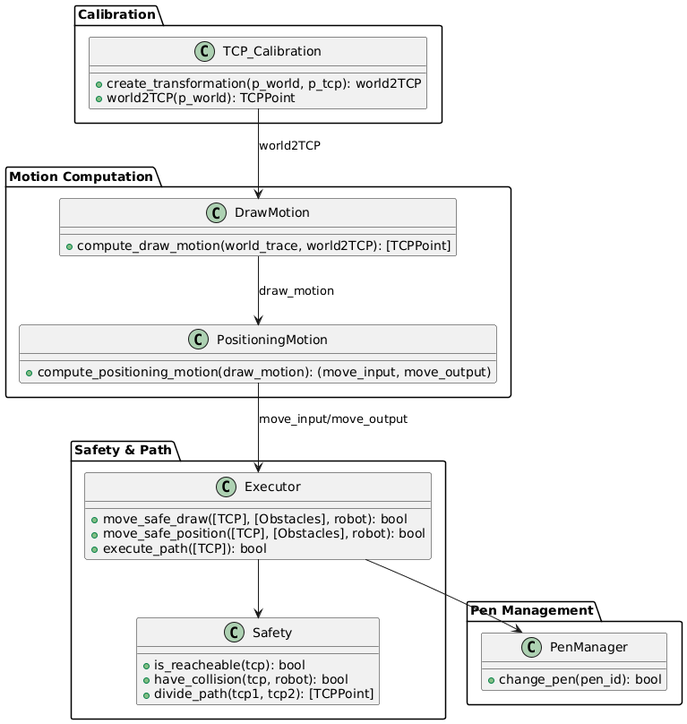
Toys-R-Us-Rex/ur3e-control keeps this PlantUML diagram as docs/uml_drawt/robot_func.png. Above is the earlier version.
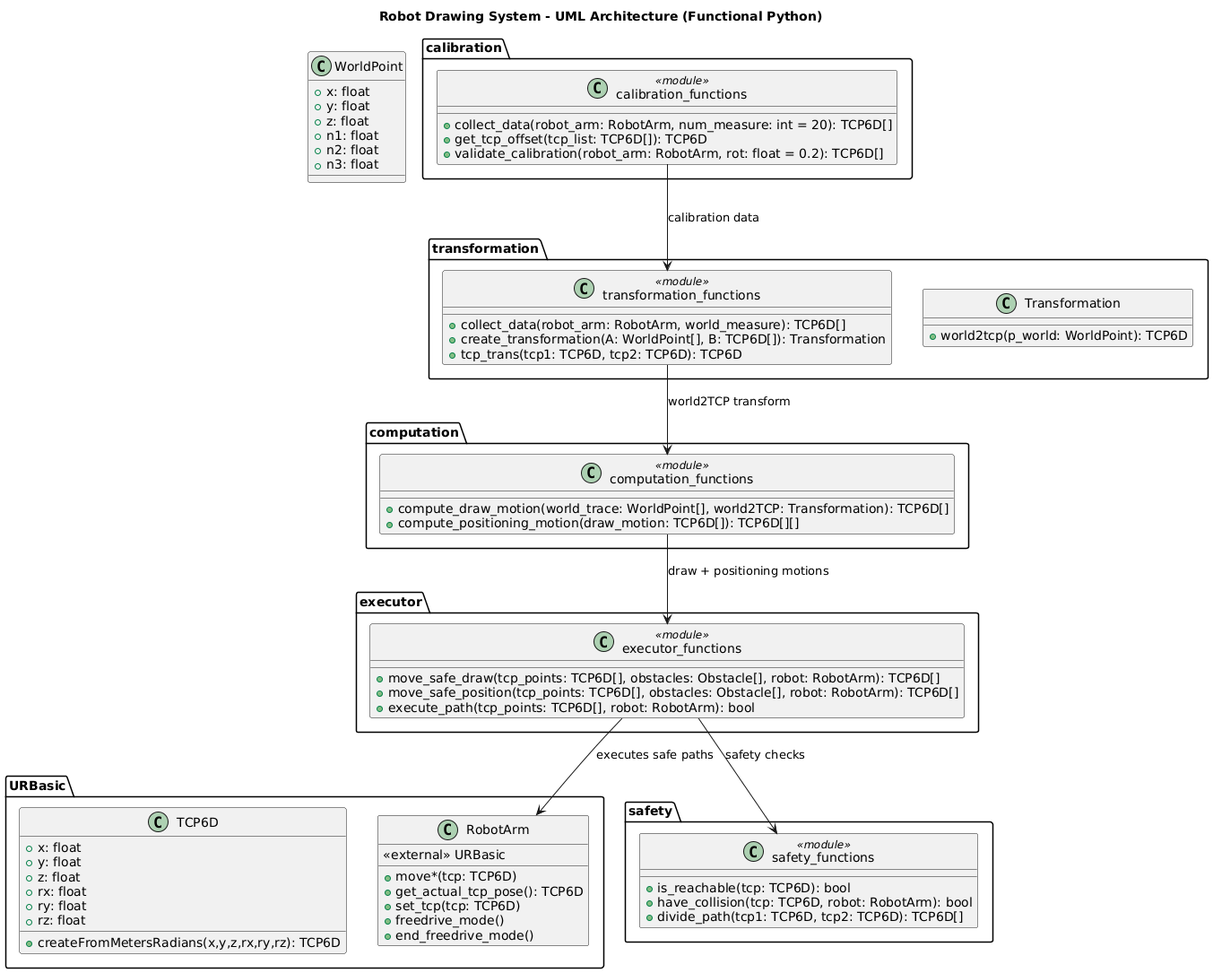
The same diagram one commit later.

Commit message:
doc: update uml robot function

What changed in the source:
```diff
@@ -1,47 +1,84 @@
 @startuml
+title Robot Drawing System - UML Architecture (Functional Python)
 
-package "Calibration" {
-    class TCP_Calibration {
-        +create_transformation(p_world, p_tcp): world2TCP
-        +world2TCP(p_world): TCPPoint
+
+class WorldPoint {
+    +x: float
+    +y: float
+    +z: float
+    +n1: float
+    +n2: float
+    +n3: float
+}
+
+package URBasic {
+class TCP6D {
+    +x: float
+    +y: float
+    +z: float
+    +rx: float
+    +ry: float
+    +rz: float
+    +createFromMetersRadians(x,y,z,rx,ry,rz): TCP6D
+}
+
+class RobotArm {
+    <<external>> URBasic
+    +move*(tcp: TCP6D)
+    +get_actual_tcp_pose(): TCP6D
+    +set_tcp(tcp: TCP6D)
+    +freedrive_mode()
+    +end_freedrive_mode()
+}
+}
+
+package calibration {
+    class calibration_functions <<module>> {
+        +collect_data(robot_arm: RobotArm, num_measure: int = 20): TCP6D[]
+        +get_tcp_offset(tcp_list: TCP6D[]): TCP6D
+        +validate_calibration(robot_arm: RobotArm, rot: float = 0.2): TCP6D[]
     }
 }
 
-package "Motion Computation" {
-    class DrawMotion {
-        +compute_draw_motion(world_trace, world2TCP): [TCPPoint]
+package transformation {
+    class transformation_functions <<module>> {
+        +collect_data(robot_arm: RobotArm, world_measure): TCP6D[]
+        +create_transformation(A: WorldPoint[], B: TCP6D[]): Transformation
+        +tcp_trans(tcp1: TCP6D, tcp2: TCP6D): TCP6D
     }
 
-    class PositioningMotion {
-        +compute_positioning_motion(draw_motion): (move_input, move_output)
+    class Transformation {
+        +world2tcp(p_world: WorldPoint): TCP6D
     }
 }
 
-package "Safety & Path" {
-    class Safety {
-        +is_reacheable(tcp): bool
-        +have_collision(tcp, robot): bool
-        +divide_path(tcp1, tcp2): [TCPPoint]
-    }
-
-    class Executor {
-        +move_safe_draw([TCP], [Obstacles], robot): bool
-        +move_safe_position([TCP], [Obstacles], robot): bool
-        +execute_path([TCP]): bool
+package computation {
+    class computation_functions <<module>> {
+        +compute_draw_motion(world_trace: WorldPoint[], world2TCP: Transformation): TCP6D[]
+        +compute_positioning_motion(draw_motion: TCP6D[]): TCP6D[][]
     }
 }
 
-package "Pen Management" {
-    class PenManager {
-        +change_pen(pen_id): bool
+package safety {
+    class safety_functions <<module>> {
+        +is_reachable(tcp: TCP6D): bool
+        +have_collision(tcp: TCP6D, robot: RobotArm): bool
+        +divide_path(tcp1: TCP6D, tcp2: TCP6D): TCP6D[]
+    }
+}
+
+package executor {
+    class executor_functions <<module>> {
+        +move_safe_draw(tcp_points: TCP6D[], obstacles: Obstacle[], robot: RobotArm): TCP6D[]
+        +move_safe_position(tcp_points: TCP6D[], obstacles: Obstacle[], robot: RobotArm): TCP6D[]
+        +execute_path(tcp_points: TCP6D[], robot: RobotArm): bool
     }
 }
 
 
-TCP_Calibration --> DrawMotion : world2TCP
-DrawMotion --> PositioningMotion : draw_motion
-PositioningMotion --> Executor : move_input/move_output
-
-Executor --> Safety
-Executor --> PenManager
+calibration_functions --> transformation_functions : calibration data
+transformation_functions --> computation_functions : world2TCP transform
+computation_functions --> executor_functions : draw + positioning motions
+executor_functions --> safety_functions : safety checks
+executor_functions --> RobotArm : executes safe paths
 @enduml
```
